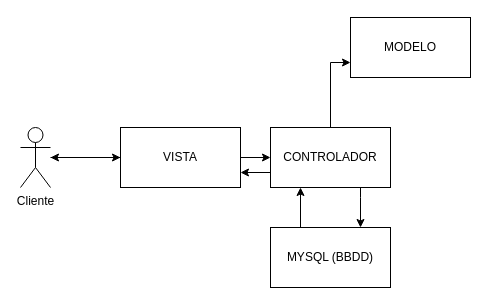
This is Diseño MVC.drawio from HuBaMarin/projDespliegue, a draw.io file, before an edit. Source tidied: cells renumbered, new cells numbered last; positions are measured from the earlier drawing's top-left corner, leaving out a move shared by most shapes. Both pictures are drawn from the tidied source at 100%, with x=0, y=0 at pixel (20, 17).
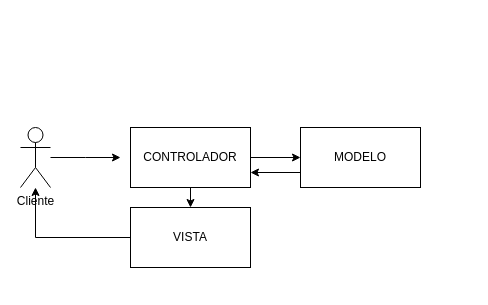
The same diagram, later.

What changed in the source:
```diff
@@
 <mxGraphModel>
   <root>
     <mxCell id="0" />
     <mxCell id="1" parent="0" />
-    <mxCell id="2" style="edgeStyle=orthogonalEdgeStyle;rounded=0;jettySize=auto;html=1;entryX=0;entryY=0.5;entryDx=0;entryDy=0;" parent="1" edge="1" source="3" target="6">
-      <mxGeometry relative="1" as="geometry" />
+    <mxCell id="2" style="edgeStyle=orthogonalEdgeStyle;rounded=0;jettySize=auto;html=1;entryX=0;entryY=0.5;entryDx=0;entryDy=0;" parent="1" edge="1" source="3">
+      <mxGeometry relative="1" as="geometry">
+        <mxPoint x="100" y="140" as="targetPoint" />
+      </mxGeometry>
     </mxCell>
     <mxCell id="3" value="Cliente" style="shape=umlActor;verticalLabelPosition=bottom;verticalAlign=top;html=1;outlineConnect=0;" parent="1" vertex="1">
       <mxGeometry y="110" width="30" height="60" as="geometry" />
     </mxCell>
+    <mxCell id="8" style="edgeStyle=orthogonalEdgeStyle;rounded=0;jettySize=auto;html=1;entryX=0;entryY=0.5;entryDx=0;entryDy=0;" parent="1" edge="1" source="10" target="11">
+      <mxGeometry relative="1" as="geometry" />
+    </mxCell>
+    <mxCell id="7" style="edgeStyle=orthogonalEdgeStyle;rounded=0;jettySize=auto;html=1;exitX=0.5;exitY=1;exitDx=0;exitDy=0;entryX=0.5;entryY=0;entryDx=0;entryDy=0;" parent="1" edge="1" source="10" target="6">
+      <mxGeometry relative="1" as="geometry" />
+    </mxCell>
+    <mxCell id="10" value="CONTROLADOR" style="rounded=0;whiteSpace=wrap;html=1;" parent="1" vertex="1">
+      <mxGeometry x="110" y="110" width="120" height="60" as="geometry" />
+    </mxCell>
+    <mxCell id="14" style="edgeStyle=orthogonalEdgeStyle;rounded=0;jettySize=auto;html=1;exitX=0;exitY=0.75;exitDx=0;exitDy=0;entryX=1;entryY=0.75;entryDx=0;entryDy=0;" parent="1" edge="1" source="11" target="10">
+      <mxGeometry relative="1" as="geometry" />
+    </mxCell>
+    <mxCell id="11" value="MODELO" style="rounded=0;whiteSpace=wrap;html=1;" parent="1" vertex="1">
+      <mxGeometry x="280" y="110" width="120" height="60" as="geometry" />
+    </mxCell>
     <mxCell id="4" style="edgeStyle=orthogonalEdgeStyle;rounded=0;jettySize=auto;html=1;" parent="1" edge="1" source="6" target="3">
       <mxGeometry relative="1" as="geometry" />
     </mxCell>
-    <mxCell id="5" style="edgeStyle=orthogonalEdgeStyle;rounded=0;jettySize=auto;html=1;entryX=0;entryY=0.5;entryDx=0;entryDy=0;" parent="1" edge="1" source="6" target="10">
-      <mxGeometry relative="1" as="geometry" />
-    </mxCell>
     <mxCell id="6" value="VISTA" style="rounded=0;whiteSpace=wrap;html=1;" parent="1" vertex="1">
-      <mxGeometry x="100" y="110" width="120" height="60" as="geometry" />
+      <mxGeometry x="110" y="190" width="120" height="60" as="geometry" />
     </mxCell>
-    <mxCell id="7" style="edgeStyle=orthogonalEdgeStyle;rounded=0;jettySize=auto;html=1;exitX=0;exitY=0.75;exitDx=0;exitDy=0;entryX=1;entryY=0.75;entryDx=0;entryDy=0;" parent="1" edge="1" source="10" target="6">
-      <mxGeometry relative="1" as="geometry" />
-    </mxCell>
-    <mxCell id="8" style="edgeStyle=orthogonalEdgeStyle;rounded=0;jettySize=auto;html=1;entryX=0;entryY=0.75;entryDx=0;entryDy=0;" parent="1" edge="1" source="10" target="11">
-      <mxGeometry relative="1" as="geometry" />
-    </mxCell>
-    <mxCell id="9" style="edgeStyle=orthogonalEdgeStyle;rounded=0;jettySize=auto;html=1;entryX=0.75;entryY=0;entryDx=0;entryDy=0;" parent="1" edge="1" source="10" target="13">
-      <mxGeometry relative="1" as="geometry">
-        <Array as="points">
-          <mxPoint x="340" y="180" />
-          <mxPoint x="340" y="180" />
-        </Array>
-      </mxGeometry>
-    </mxCell>
-    <mxCell id="10" value="CONTROLADOR" style="rounded=0;whiteSpace=wrap;html=1;" parent="1" vertex="1">
-      <mxGeometry x="250" y="110" width="120" height="60" as="geometry" />
-    </mxCell>
-    <mxCell id="11" value="MODELO" style="rounded=0;whiteSpace=wrap;html=1;" parent="1" vertex="1">
-      <mxGeometry x="330" width="120" height="60" as="geometry" />
-    </mxCell>
-    <mxCell id="12" style="edgeStyle=orthogonalEdgeStyle;rounded=0;jettySize=auto;html=1;exitX=0.5;exitY=0;exitDx=0;exitDy=0;entryX=0.25;entryY=1;entryDx=0;entryDy=0;" parent="1" edge="1" source="13" target="10">
-      <mxGeometry relative="1" as="geometry">
-        <Array as="points">
-          <mxPoint x="280" y="210" />
-        </Array>
-      </mxGeometry>
-    </mxCell>
-    <mxCell id="13" value="MYSQL (BBDD)" style="rounded=0;whiteSpace=wrap;html=1;" parent="1" vertex="1">
-      <mxGeometry x="250" y="210" width="120" height="60" as="geometry" />
-    </mxCell>
   </root>
 </mxGraphModel>
```
